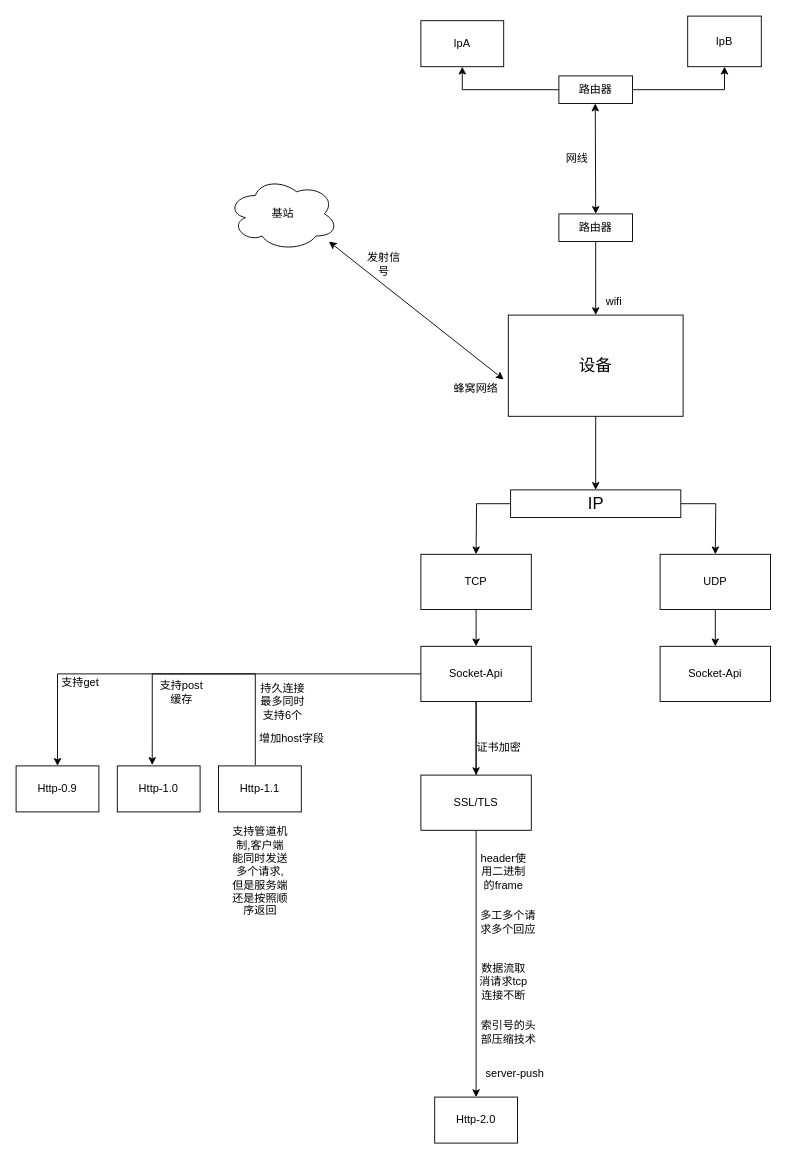
Before: NET.drawio in LessTalk/Less_Http, a draw.io diagram. Source tidied: cells renumbered, new cells numbered last; positions are measured from the earlier drawing's top-left corner, leaving out a move shared by most shapes. Both pictures are drawn from the tidied source at 92%, with x=0, y=0 at pixel (16, 16).
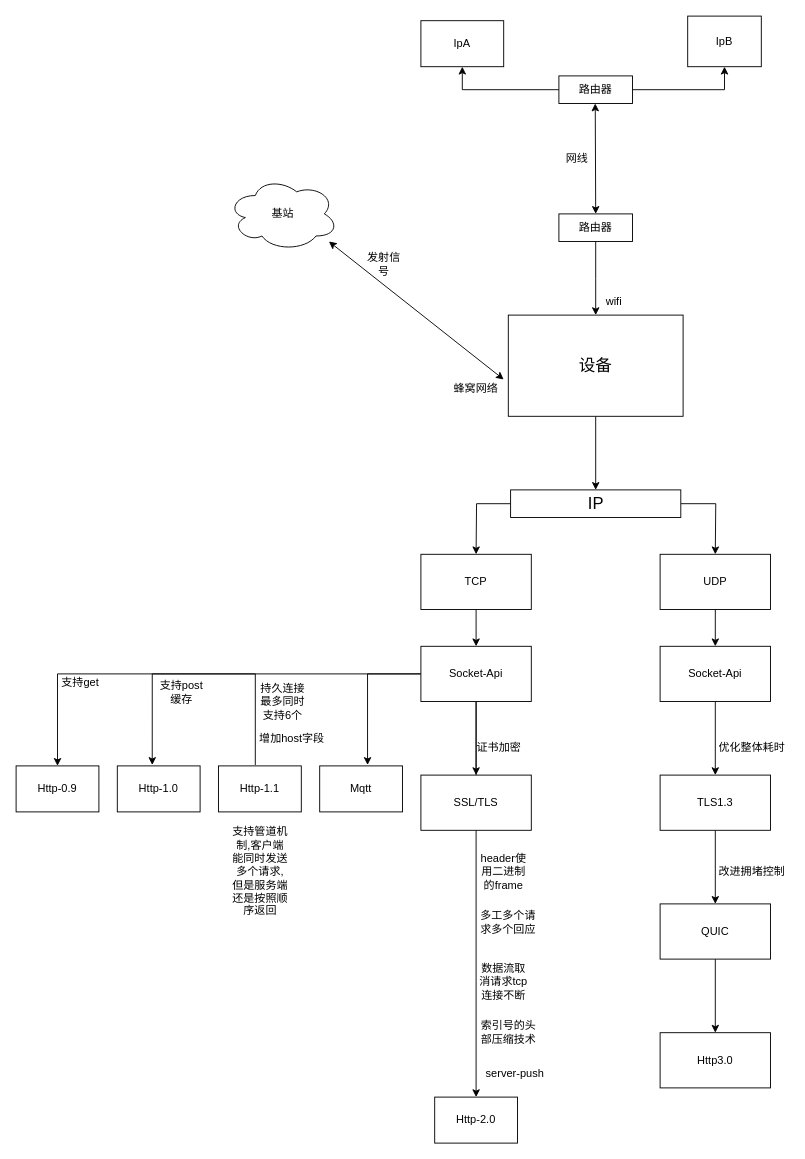
After the change.

Unchanged cells that the change refers to:
```xml
<mxCell id="27" value="Socket-Api" style="rounded=0;whiteSpace=wrap;html=1;" parent="1" vertex="1">
  <mxGeometry x="440" y="685" width="120" height="60" as="geometry" />
</mxCell>
<mxCell id="31" value="Socket-Api" style="rounded=0;whiteSpace=wrap;html=1;" parent="1" vertex="1">
  <mxGeometry x="700" y="685" width="120" height="60" as="geometry" />
</mxCell>
```

Change to the diagram source:
```diff
@@
+    <mxCell id="47" style="edgeStyle=orthogonalEdgeStyle;rounded=0;jettySize=auto;html=1;entryX=0.578;entryY=-0.02;entryDx=0;entryDy=0;entryPerimeter=0;" parent="1" edge="1" source="27" target="56">
+      <mxGeometry relative="1" as="geometry" />
+    </mxCell>
@@
+    <mxCell id="48" style="edgeStyle=orthogonalEdgeStyle;rounded=0;jettySize=auto;html=1;" parent="1" edge="1" source="31" target="50">
+      <mxGeometry relative="1" as="geometry" />
+    </mxCell>
@@
+    <mxCell id="49" style="edgeStyle=orthogonalEdgeStyle;rounded=0;jettySize=auto;html=1;" parent="1" edge="1" source="50" target="52">
+      <mxGeometry relative="1" as="geometry" />
+    </mxCell>
+    <mxCell id="50" value="TLS1.3" style="rounded=0;whiteSpace=wrap;html=1;" parent="1" vertex="1">
+      <mxGeometry x="700" y="825" width="120" height="60" as="geometry" />
+    </mxCell>
+    <mxCell id="51" style="edgeStyle=orthogonalEdgeStyle;rounded=0;jettySize=auto;html=1;" parent="1" edge="1" source="52" target="53">
+      <mxGeometry relative="1" as="geometry" />
+    </mxCell>
+    <mxCell id="52" value="QUIC" style="rounded=0;whiteSpace=wrap;html=1;" parent="1" vertex="1">
+      <mxGeometry x="700" y="965" width="120" height="60" as="geometry" />
+    </mxCell>
+    <mxCell id="53" value="Http3.0" style="rounded=0;whiteSpace=wrap;html=1;" parent="1" vertex="1">
+      <mxGeometry x="700" y="1105" width="120" height="60" as="geometry" />
+    </mxCell>
@@
+    <mxCell id="54" value="优化整体耗时" style="text;html=1;strokeColor=none;fillColor=none;align=center;verticalAlign=middle;whiteSpace=wrap;rounded=0;" parent="1" vertex="1">
+      <mxGeometry x="760" y="780" width="80" height="30" as="geometry" />
+    </mxCell>
+    <mxCell id="55" value="改进拥堵控制" style="text;html=1;strokeColor=none;fillColor=none;align=center;verticalAlign=middle;whiteSpace=wrap;rounded=0;" parent="1" vertex="1">
+      <mxGeometry x="760" y="915" width="80" height="30" as="geometry" />
+    </mxCell>
+    <mxCell id="56" value="Mqtt" style="rounded=0;whiteSpace=wrap;html=1;" parent="1" vertex="1">
+      <mxGeometry x="330" y="815" width="90" height="50" as="geometry" />
+    </mxCell>
```
